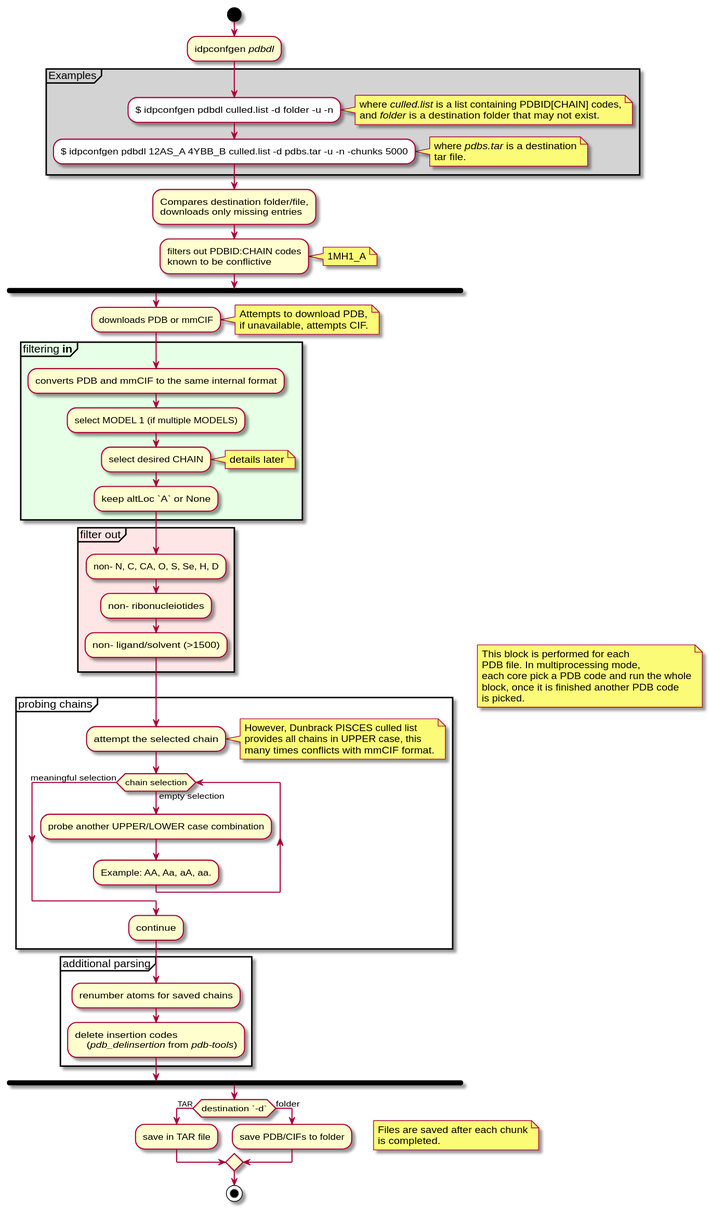
Before: docs/UMLs/idpconfgen_pdbdl.svg, a diagram exported from PlantUML (julie-forman-kay-lab/IDPConformerGenerator).
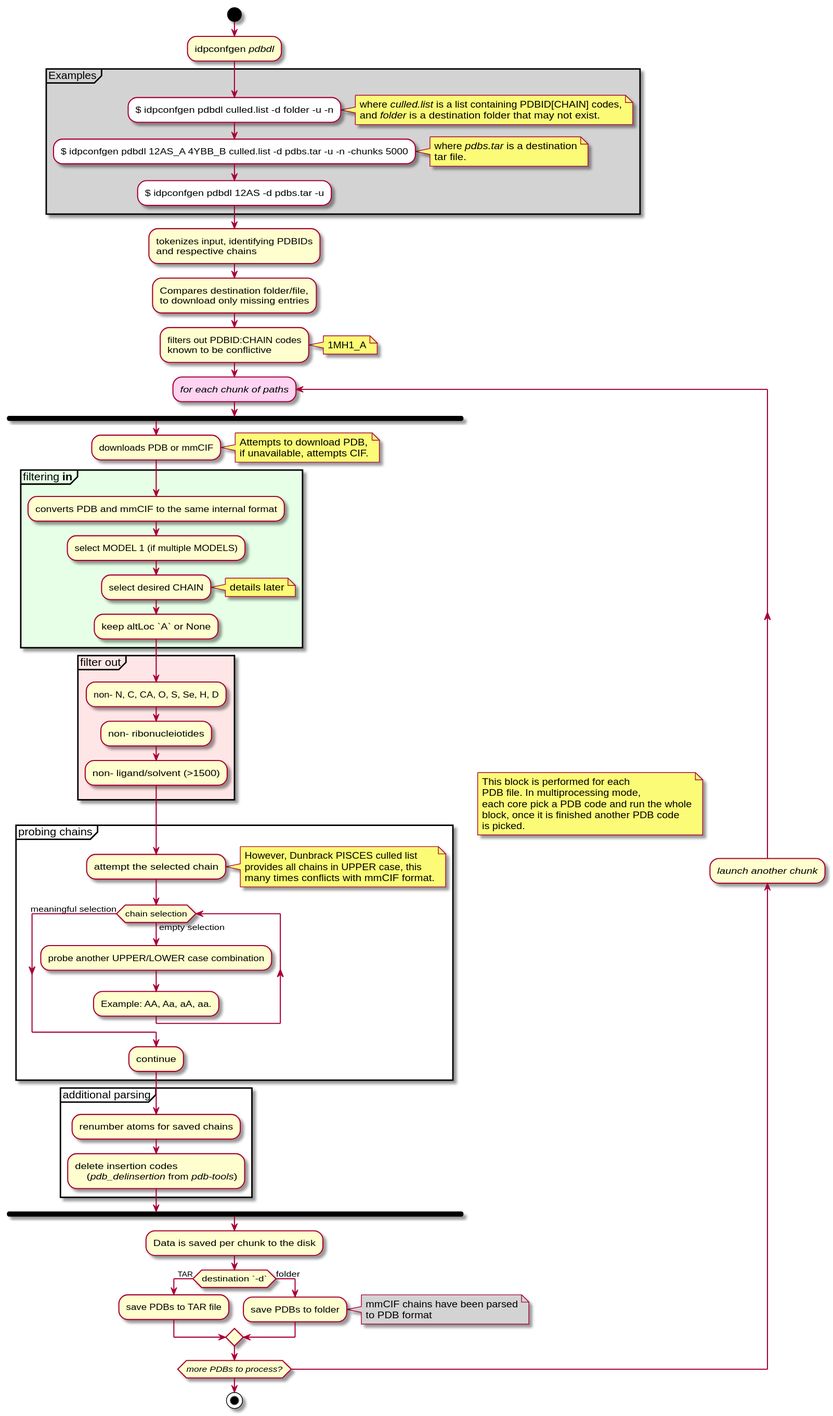
The same file after the commit.

Commit message:
beautiful pdbdl

Change to the diagram source:
```diff
@@ -15,10 +15,14 @@
         where //pdbs.tar// is a destination
         tar file.
     end note
+    #WHITE:$ idpconfgen pdbdl 12AS -d pdbs.tar -u;
     }
 
+:tokenizes input, identifying PDBIDs
+and respective chains;
+
 :Compares destination folder/file,
-downloads only missing entries;
+to download only missing entries;
 
 :filters out PDBID:CHAIN codes
 known to be conflictive;
@@ -26,6 +30,7 @@
     1MH1_A
 end note
 
+#FFD3F2:repeat ://for each chunk of paths//;
 fork
 
 :downloads PDB or mmCIF;
@@ -71,6 +76,7 @@
         (//pdb_delinsertion// from //pdb-tools//);
 }
 
+
 end fork
 note right
     This block is performed for each
@@ -79,16 +85,18 @@
     block, once it is finished another PDB code
     is picked.
 end note
-
+:Data is saved per chunk to the disk;
 if (destination `-d`) then (TAR)
-    :save in TAR file;
+    :save PDBs to TAR file;
 else (folder)
-    :save PDB/CIFs to folder;
+    :save PDBs to folder;
+    note right #lightgrey
+    mmCIF chains have been parsed
+    to PDB format
+    end note
 endif
-note right
-    Files are saved after each chunk
-    is completed.
-end note
+backward://launch another chunk//;
+repeat while (//more PDBs to process?//)
 
 stop
 
```
